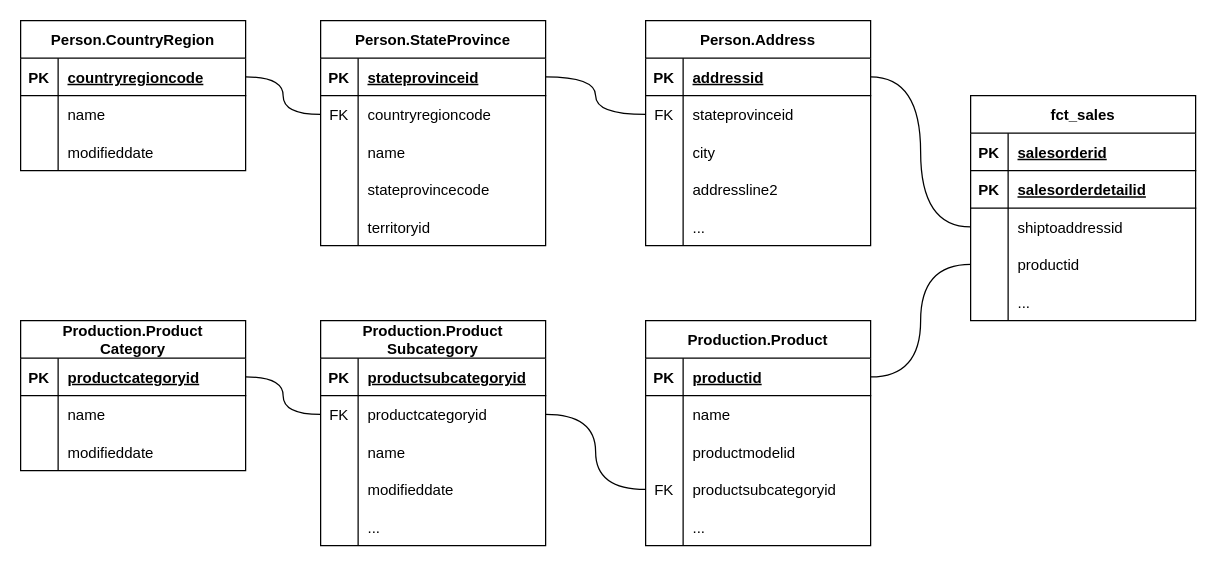
Data-Engineer-Camp/dbt-dimensional-modelling keeps this draw.io diagram as page "snowflake-schema" (4 of 6) of docs/dbt-dimensional-modelling.drawio. Above is the earlier version. Source tidied: cells renumbered, new cells numbered last; positions are measured from the earlier drawing's top-left corner, leaving out a move shared by most shapes. Both pictures are drawn from the tidied source at 125%, with x=0, y=0 at pixel (20, 20).
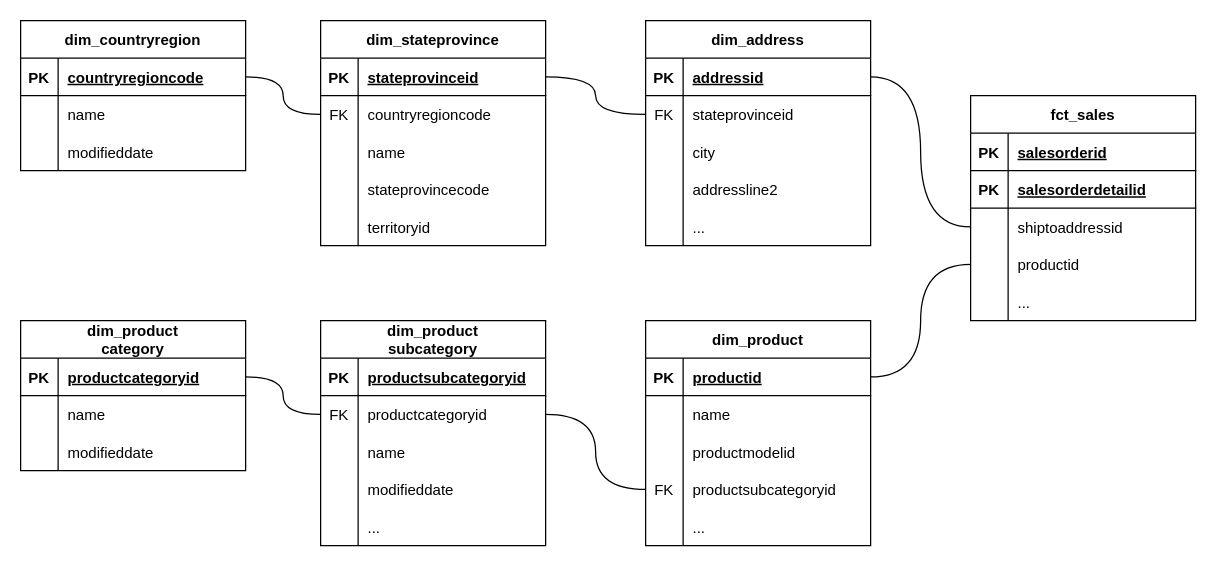
The same page after the edit.

The edit, as a diff of the source:
```diff
@@
-    <mxCell id="2" value="Person.Address" style="shape=table;startSize=30;childLayout=tableLayout;rowLines=0;fontStyle=1;align=center;" parent="1" vertex="1">
+    <mxCell id="2" value="dim_address" style="shape=table;startSize=30;childLayout=tableLayout;rowLines=0;fontStyle=1;align=center;" parent="1" vertex="1">
       <mxGeometry x="500" width="180" height="180" as="geometry" />
     </mxCell>
@@
-    <mxCell id="18" value="Person.CountryRegion" style="shape=table;startSize=30;childLayout=tableLayout;rowLines=0;fontStyle=1;align=center;" parent="1" vertex="1">
+    <mxCell id="18" value="dim_countryregion" style="shape=table;startSize=30;childLayout=tableLayout;rowLines=0;fontStyle=1;align=center;" parent="1" vertex="1">
       <mxGeometry width="180" height="120" as="geometry" />
     </mxCell>
@@
-    <mxCell id="28" value="Person.StateProvince" style="shape=table;startSize=30;childLayout=tableLayout;rowLines=0;fontStyle=1;align=center;" parent="1" vertex="1">
+    <mxCell id="28" value="dim_stateprovince" style="shape=table;startSize=30;childLayout=tableLayout;rowLines=0;fontStyle=1;align=center;" parent="1" vertex="1">
       <mxGeometry x="240" width="180" height="180" as="geometry" />
     </mxCell>
@@
-    <mxCell id="46" value="Production.Product" style="shape=table;startSize=30;childLayout=tableLayout;rowLines=0;fontStyle=1;align=center;" parent="1" vertex="1">
+    <mxCell id="46" value="dim_product" style="shape=table;startSize=30;childLayout=tableLayout;rowLines=0;fontStyle=1;align=center;" parent="1" vertex="1">
       <mxGeometry x="500" y="240" width="180" height="180" as="geometry" />
     </mxCell>
@@
-    <mxCell id="62" value="Production.Product&#10;Subcategory" style="shape=table;startSize=30;childLayout=tableLayout;rowLines=0;fontStyle=1;align=center;" parent="1" vertex="1">
+    <mxCell id="62" value="dim_product&#10;subcategory" style="shape=table;startSize=30;childLayout=tableLayout;rowLines=0;fontStyle=1;align=center;" parent="1" vertex="1">
       <mxGeometry x="240" y="240" width="180" height="180" as="geometry" />
     </mxCell>
@@
-    <mxCell id="78" value="Production.Product&#10;Category" style="shape=table;startSize=30;childLayout=tableLayout;rowLines=0;fontStyle=1;align=center;" parent="1" vertex="1">
+    <mxCell id="78" value="dim_product&#10;category" style="shape=table;startSize=30;childLayout=tableLayout;rowLines=0;fontStyle=1;align=center;" parent="1" vertex="1">
       <mxGeometry y="240" width="180" height="120" as="geometry" />
     </mxCell>
```
